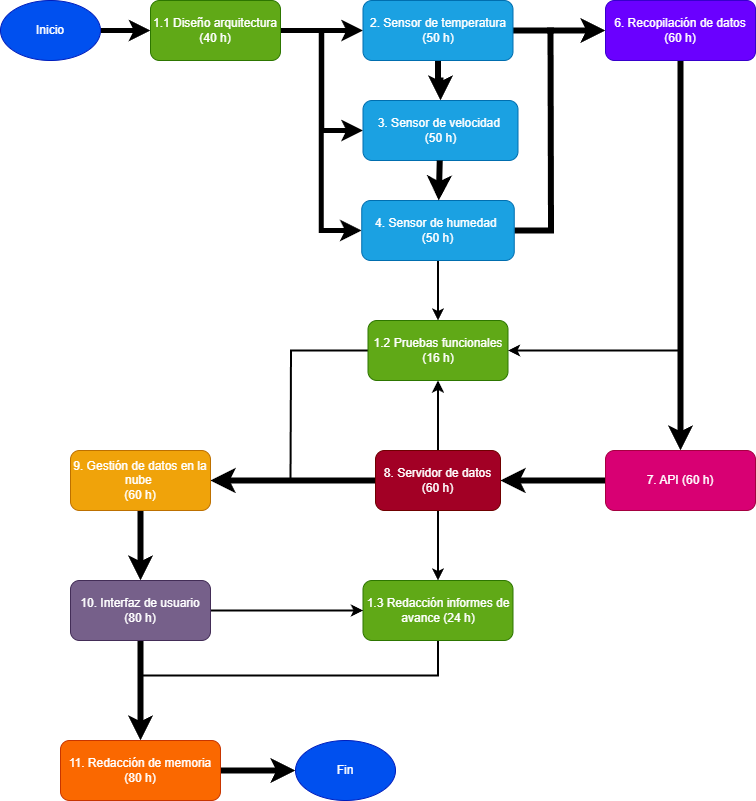
The draw.io diagram Figuras/AoN_project.png in vazquez-agustin/GdP_Vazquez_Workspace, before a commit. Source tidied: cells renumbered, new cells last; positions are measured from the earlier drawing's top-left corner, leaving out a move shared by most shapes. The source it was exported from:
```xml
<mxGraphModel>
  <root>
    <mxCell id="0" />
    <mxCell id="1" parent="0" />
    <mxCell id="2" style="edgeStyle=orthogonalEdgeStyle;rounded=0;jettySize=auto;html=1;exitX=1;exitY=0.5;exitDx=0;exitDy=0;entryX=0;entryY=0.5;entryDx=0;entryDy=0;strokeWidth=5;" parent="1" edge="1" source="3" target="7">
      <mxGeometry relative="1" as="geometry" />
    </mxCell>
    <mxCell id="3" value="Inicio" style="ellipse;whiteSpace=wrap;html=1;fillColor=#0050ef;fontColor=#ffffff;strokeColor=#001DBC;" parent="1" vertex="1">
      <mxGeometry width="100" height="60" as="geometry" />
    </mxCell>
    <mxCell id="4" style="edgeStyle=orthogonalEdgeStyle;rounded=0;jettySize=auto;html=1;exitX=1;exitY=0.5;exitDx=0;exitDy=0;entryX=0;entryY=0.5;entryDx=0;entryDy=0;strokeWidth=5;" parent="1" edge="1" source="7" target="14">
      <mxGeometry relative="1" as="geometry" />
    </mxCell>
    <mxCell id="5" style="edgeStyle=orthogonalEdgeStyle;rounded=0;jettySize=auto;html=1;exitX=1;exitY=0.5;exitDx=0;exitDy=0;entryX=0;entryY=0.5;entryDx=0;entryDy=0;strokeWidth=5;" parent="1" edge="1" source="7" target="15">
      <mxGeometry relative="1" as="geometry" />
    </mxCell>
    <mxCell id="6" style="edgeStyle=orthogonalEdgeStyle;rounded=0;jettySize=auto;html=1;exitX=1;exitY=0.5;exitDx=0;exitDy=0;entryX=0;entryY=0.5;entryDx=0;entryDy=0;strokeWidth=5;" parent="1" edge="1" source="7" target="18">
      <mxGeometry relative="1" as="geometry" />
    </mxCell>
    <mxCell id="7" value="1.1 Diseño arquitectura (40 h)" style="rounded=1;whiteSpace=wrap;html=1;fillColor=#60a917;fontColor=#ffffff;strokeColor=#2D7600;" parent="1" vertex="1">
      <mxGeometry x="150" width="130" height="60" as="geometry" />
    </mxCell>
    <mxCell id="8" style="edgeStyle=orthogonalEdgeStyle;rounded=0;jettySize=auto;html=1;exitX=0;exitY=0.5;exitDx=0;exitDy=0;endArrow=baseDash;endFill=0;strokeWidth=2;" parent="1" edge="1" source="9">
      <mxGeometry relative="1" as="geometry">
        <mxPoint x="290" y="480" as="targetPoint" />
      </mxGeometry>
    </mxCell>
    <mxCell id="9" value="1.2 Pruebas funcionales (16 h)" style="rounded=1;whiteSpace=wrap;html=1;fillColor=#60a917;fontColor=#ffffff;strokeColor=#2D7600;" parent="1" vertex="1">
      <mxGeometry x="367.5" y="320" width="140" height="60" as="geometry" />
    </mxCell>
    <mxCell id="10" style="edgeStyle=orthogonalEdgeStyle;rounded=0;jettySize=auto;html=1;exitX=0.5;exitY=1;exitDx=0;exitDy=0;endArrow=oval;endFill=1;endSize=0;strokeWidth=2;startSize=7;" parent="1" edge="1" source="11">
      <mxGeometry relative="1" as="geometry">
        <mxPoint x="140" y="710" as="targetPoint" />
      </mxGeometry>
    </mxCell>
    <mxCell id="11" value="1.3 Redacción informes de avance (24 h)" style="rounded=1;whiteSpace=wrap;html=1;fillColor=#60a917;fontColor=#ffffff;strokeColor=#2D7600;" parent="1" vertex="1">
      <mxGeometry x="362.5" y="580" width="150" height="60" as="geometry" />
    </mxCell>
    <mxCell id="12" style="edgeStyle=orthogonalEdgeStyle;rounded=0;jettySize=auto;html=1;exitX=0.5;exitY=1;exitDx=0;exitDy=0;entryX=0.5;entryY=0;entryDx=0;entryDy=0;strokeWidth=6;" parent="1" edge="1" source="14" target="15">
      <mxGeometry relative="1" as="geometry" />
    </mxCell>
    <mxCell id="13" style="edgeStyle=orthogonalEdgeStyle;rounded=0;jettySize=auto;html=1;exitX=1;exitY=0.5;exitDx=0;exitDy=0;entryX=0;entryY=0.5;entryDx=0;entryDy=0;strokeWidth=6;" parent="1" edge="1" source="14" target="21">
      <mxGeometry relative="1" as="geometry" />
    </mxCell>
    <mxCell id="14" value="2. Sensor de temperatura (50 h)" style="rounded=1;whiteSpace=wrap;html=1;fillColor=#1ba1e2;fontColor=#ffffff;strokeColor=#006EAF;" parent="1" vertex="1">
      <mxGeometry x="362.5" width="150" height="60" as="geometry" />
    </mxCell>
    <mxCell id="15" value="3. Sensor de velocidad&amp;nbsp;&lt;div&gt;(50 h)&lt;/div&gt;" style="rounded=1;whiteSpace=wrap;html=1;fillColor=#1ba1e2;fontColor=#ffffff;strokeColor=#006EAF;" parent="1" vertex="1">
      <mxGeometry x="362.5" y="100" width="155" height="60" as="geometry" />
    </mxCell>
    <mxCell id="16" style="edgeStyle=orthogonalEdgeStyle;rounded=0;jettySize=auto;html=1;exitX=1;exitY=0.5;exitDx=0;exitDy=0;strokeColor=default;endArrow=baseDash;endFill=0;strokeWidth=6;endSize=0;" parent="1" edge="1" source="18">
      <mxGeometry relative="1" as="geometry">
        <mxPoint x="550" y="30" as="targetPoint" />
      </mxGeometry>
    </mxCell>
    <mxCell id="17" style="edgeStyle=orthogonalEdgeStyle;rounded=0;jettySize=auto;html=1;exitX=0.5;exitY=1;exitDx=0;exitDy=0;entryX=0.5;entryY=0;entryDx=0;entryDy=0;strokeWidth=2;" parent="1" edge="1" source="18" target="9">
      <mxGeometry relative="1" as="geometry" />
    </mxCell>
    <mxCell id="18" value="4. Sensor de humedad&amp;nbsp;&lt;div&gt;(50 h)&lt;/div&gt;" style="rounded=1;whiteSpace=wrap;html=1;fillColor=#1ba1e2;fontColor=#ffffff;strokeColor=#006EAF;" parent="1" vertex="1">
      <mxGeometry x="361.2" y="200" width="152.5" height="60" as="geometry" />
    </mxCell>
    <mxCell id="19" style="edgeStyle=orthogonalEdgeStyle;rounded=0;jettySize=auto;html=1;exitX=0.5;exitY=1;exitDx=0;exitDy=0;entryX=0.5;entryY=0;entryDx=0;entryDy=0;strokeWidth=6;" parent="1" edge="1" source="21" target="23">
      <mxGeometry relative="1" as="geometry" />
    </mxCell>
    <mxCell id="20" style="edgeStyle=orthogonalEdgeStyle;rounded=0;jettySize=auto;html=1;exitX=0.5;exitY=1;exitDx=0;exitDy=0;entryX=1;entryY=0.5;entryDx=0;entryDy=0;strokeWidth=2;" parent="1" edge="1" source="21" target="9">
      <mxGeometry relative="1" as="geometry" />
    </mxCell>
    <mxCell id="21" value="6. Recopilación de datos (60 h)" style="rounded=1;whiteSpace=wrap;html=1;fillColor=#6a00ff;fontColor=#FFFFFF;strokeColor=#3700CC;" parent="1" vertex="1">
      <mxGeometry x="605" width="150" height="60" as="geometry" />
    </mxCell>
    <mxCell id="22" style="edgeStyle=orthogonalEdgeStyle;rounded=0;jettySize=auto;html=1;exitX=0;exitY=0.5;exitDx=0;exitDy=0;entryX=1;entryY=0.5;entryDx=0;entryDy=0;strokeWidth=6;" parent="1" edge="1" source="23" target="27">
      <mxGeometry relative="1" as="geometry" />
    </mxCell>
    <mxCell id="23" value="7. API (60 h)" style="rounded=1;whiteSpace=wrap;html=1;fillColor=#d80073;fontColor=#ffffff;strokeColor=#A50040;" parent="1" vertex="1">
      <mxGeometry x="605" y="450" width="150" height="60" as="geometry" />
    </mxCell>
    <mxCell id="24" style="edgeStyle=orthogonalEdgeStyle;rounded=0;jettySize=auto;html=1;exitX=0.5;exitY=0;exitDx=0;exitDy=0;entryX=0.5;entryY=1;entryDx=0;entryDy=0;strokeWidth=2;" parent="1" edge="1" source="27" target="9">
      <mxGeometry relative="1" as="geometry" />
    </mxCell>
    <mxCell id="25" style="edgeStyle=orthogonalEdgeStyle;rounded=0;jettySize=auto;html=1;exitX=0;exitY=0.5;exitDx=0;exitDy=0;entryX=1;entryY=0.5;entryDx=0;entryDy=0;strokeWidth=6;" parent="1" edge="1" source="27" target="29">
      <mxGeometry relative="1" as="geometry" />
    </mxCell>
    <mxCell id="26" style="edgeStyle=orthogonalEdgeStyle;rounded=0;jettySize=auto;html=1;exitX=0.5;exitY=1;exitDx=0;exitDy=0;entryX=0.5;entryY=0;entryDx=0;entryDy=0;strokeWidth=2;" parent="1" edge="1" source="27" target="11">
      <mxGeometry relative="1" as="geometry" />
    </mxCell>
    <mxCell id="27" value="8. Servidor de datos (60 h)" style="rounded=1;whiteSpace=wrap;html=1;fillColor=#a20025;fontColor=#ffffff;strokeColor=#6F0000;" parent="1" vertex="1">
      <mxGeometry x="375" y="450" width="125" height="60" as="geometry" />
    </mxCell>
    <mxCell id="28" style="edgeStyle=orthogonalEdgeStyle;rounded=0;jettySize=auto;html=1;exitX=0.5;exitY=1;exitDx=0;exitDy=0;entryX=0.5;entryY=0;entryDx=0;entryDy=0;strokeWidth=6;" parent="1" edge="1" source="29" target="32">
      <mxGeometry relative="1" as="geometry" />
    </mxCell>
    <mxCell id="29" value="9. Gestión de datos en la nube&amp;nbsp;&lt;div&gt;(60 h)&lt;/div&gt;" style="rounded=1;whiteSpace=wrap;html=1;fillColor=#f0a30a;strokeColor=#BD7000;fontColor=#FFFFFF;" parent="1" vertex="1">
      <mxGeometry x="70" y="450" width="140" height="60" as="geometry" />
    </mxCell>
    <mxCell id="30" style="edgeStyle=orthogonalEdgeStyle;rounded=0;jettySize=auto;html=1;exitX=1;exitY=0.5;exitDx=0;exitDy=0;entryX=0;entryY=0.5;entryDx=0;entryDy=0;strokeWidth=2;" parent="1" edge="1" source="32" target="11">
      <mxGeometry relative="1" as="geometry" />
    </mxCell>
    <mxCell id="31" style="edgeStyle=orthogonalEdgeStyle;rounded=0;jettySize=auto;html=1;exitX=0.5;exitY=1;exitDx=0;exitDy=0;entryX=0.5;entryY=0;entryDx=0;entryDy=0;strokeWidth=6;" parent="1" edge="1" source="32" target="34">
      <mxGeometry relative="1" as="geometry" />
    </mxCell>
    <mxCell id="32" value="10. Interfaz de usuario (80 h)" style="rounded=1;whiteSpace=wrap;html=1;fillColor=#76608a;fontColor=#ffffff;strokeColor=#432D57;" parent="1" vertex="1">
      <mxGeometry x="70" y="580" width="140" height="60" as="geometry" />
    </mxCell>
    <mxCell id="33" style="edgeStyle=orthogonalEdgeStyle;rounded=0;jettySize=auto;html=1;exitX=1;exitY=0.5;exitDx=0;exitDy=0;entryX=0;entryY=0.5;entryDx=0;entryDy=0;strokeWidth=6;" parent="1" edge="1" source="34" target="35">
      <mxGeometry relative="1" as="geometry" />
    </mxCell>
    <mxCell id="34" value="11. Redacción de memoria (80 h)" style="rounded=1;whiteSpace=wrap;html=1;fillColor=#fa6800;fontColor=#FFFFFF;strokeColor=#C73500;" parent="1" vertex="1">
      <mxGeometry x="60" y="740" width="160" height="60" as="geometry" />
    </mxCell>
    <mxCell id="35" value="Fin" style="ellipse;whiteSpace=wrap;html=1;fillColor=#0050ef;fontColor=#ffffff;strokeColor=#001DBC;" parent="1" vertex="1">
      <mxGeometry x="295" y="740" width="100" height="60" as="geometry" />
    </mxCell>
    <mxCell id="36" style="strokeWidth=6;" parent="1" edge="1" source="15" target="18">
      <mxGeometry relative="1" as="geometry" />
    </mxCell>
  </root>
</mxGraphModel>
```
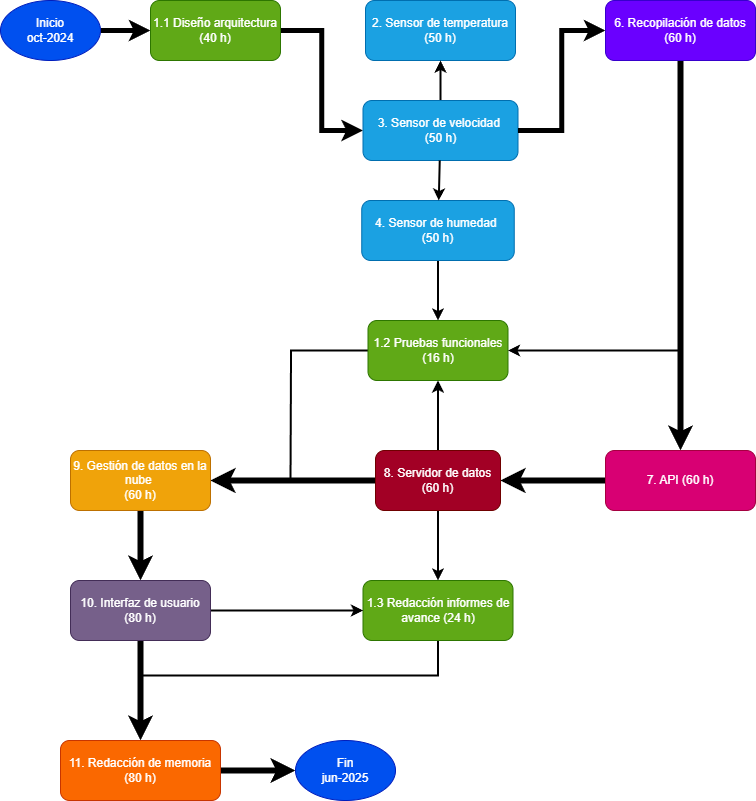
Above is the later version.

Commit message:
Correcciones de versión v4.0. Versión final v5.0

Change to the diagram source:
```diff
@@ -5,18 +5,12 @@
     <mxCell id="2" style="edgeStyle=orthogonalEdgeStyle;rounded=0;jettySize=auto;html=1;exitX=1;exitY=0.5;exitDx=0;exitDy=0;entryX=0;entryY=0.5;entryDx=0;entryDy=0;strokeWidth=5;" parent="1" edge="1" source="3" target="7">
       <mxGeometry relative="1" as="geometry" />
     </mxCell>
-    <mxCell id="3" value="Inicio" style="ellipse;whiteSpace=wrap;html=1;fillColor=#0050ef;fontColor=#ffffff;strokeColor=#001DBC;" parent="1" vertex="1">
+    <mxCell id="3" value="Inicio&lt;div&gt;oct-2024&lt;/div&gt;" style="ellipse;whiteSpace=wrap;html=1;fillColor=#0050ef;fontColor=#ffffff;strokeColor=#001DBC;" parent="1" vertex="1">
       <mxGeometry width="100" height="60" as="geometry" />
     </mxCell>
-    <mxCell id="4" style="edgeStyle=orthogonalEdgeStyle;rounded=0;jettySize=auto;html=1;exitX=1;exitY=0.5;exitDx=0;exitDy=0;entryX=0;entryY=0.5;entryDx=0;entryDy=0;strokeWidth=5;" parent="1" edge="1" source="7" target="14">
-      <mxGeometry relative="1" as="geometry" />
-    </mxCell>
     <mxCell id="5" style="edgeStyle=orthogonalEdgeStyle;rounded=0;jettySize=auto;html=1;exitX=1;exitY=0.5;exitDx=0;exitDy=0;entryX=0;entryY=0.5;entryDx=0;entryDy=0;strokeWidth=5;" parent="1" edge="1" source="7" target="15">
       <mxGeometry relative="1" as="geometry" />
     </mxCell>
-    <mxCell id="6" style="edgeStyle=orthogonalEdgeStyle;rounded=0;jettySize=auto;html=1;exitX=1;exitY=0.5;exitDx=0;exitDy=0;entryX=0;entryY=0.5;entryDx=0;entryDy=0;strokeWidth=5;" parent="1" edge="1" source="7" target="18">
-      <mxGeometry relative="1" as="geometry" />
-    </mxCell>
     <mxCell id="7" value="1.1 Diseño arquitectura (40 h)" style="rounded=1;whiteSpace=wrap;html=1;fillColor=#60a917;fontColor=#ffffff;strokeColor=#2D7600;" parent="1" vertex="1">
       <mxGeometry x="150" width="130" height="60" as="geometry" />
     </mxCell>
@@ -36,26 +30,21 @@
     <mxCell id="11" value="1.3 Redacción informes de avance (24 h)" style="rounded=1;whiteSpace=wrap;html=1;fillColor=#60a917;fontColor=#ffffff;strokeColor=#2D7600;" parent="1" vertex="1">
       <mxGeometry x="362.5" y="580" width="150" height="60" as="geometry" />
     </mxCell>
-    <mxCell id="12" style="edgeStyle=orthogonalEdgeStyle;rounded=0;jettySize=auto;html=1;exitX=0.5;exitY=1;exitDx=0;exitDy=0;entryX=0.5;entryY=0;entryDx=0;entryDy=0;strokeWidth=6;" parent="1" edge="1" source="14" target="15">
-      <mxGeometry relative="1" as="geometry" />
-    </mxCell>
-    <mxCell id="13" style="edgeStyle=orthogonalEdgeStyle;rounded=0;jettySize=auto;html=1;exitX=1;exitY=0.5;exitDx=0;exitDy=0;entryX=0;entryY=0.5;entryDx=0;entryDy=0;strokeWidth=6;" parent="1" edge="1" source="14" target="21">
-      <mxGeometry relative="1" as="geometry" />
-    </mxCell>
     <mxCell id="14" value="2. Sensor de temperatura (50 h)" style="rounded=1;whiteSpace=wrap;html=1;fillColor=#1ba1e2;fontColor=#ffffff;strokeColor=#006EAF;" parent="1" vertex="1">
-      <mxGeometry x="362.5" width="150" height="60" as="geometry" />
+      <mxGeometry x="365" width="150" height="60" as="geometry" />
     </mxCell>
+    <mxCell id="37" style="edgeStyle=orthogonalEdgeStyle;rounded=0;jettySize=auto;html=1;exitX=0.5;exitY=0;exitDx=0;exitDy=0;entryX=0.5;entryY=1;entryDx=0;entryDy=0;strokeWidth=2;" parent="1" edge="1" source="15" target="14">
+      <mxGeometry relative="1" as="geometry" />
+    </mxCell>
     <mxCell id="15" value="3. Sensor de velocidad&amp;nbsp;&lt;div&gt;(50 h)&lt;/div&gt;" style="rounded=1;whiteSpace=wrap;html=1;fillColor=#1ba1e2;fontColor=#ffffff;strokeColor=#006EAF;" parent="1" vertex="1">
       <mxGeometry x="362.5" y="100" width="155" height="60" as="geometry" />
     </mxCell>
-    <mxCell id="16" style="edgeStyle=orthogonalEdgeStyle;rounded=0;jettySize=auto;html=1;exitX=1;exitY=0.5;exitDx=0;exitDy=0;strokeColor=default;endArrow=baseDash;endFill=0;strokeWidth=6;endSize=0;" parent="1" edge="1" source="18">
-      <mxGeometry relative="1" as="geometry">
-        <mxPoint x="550" y="30" as="targetPoint" />
-      </mxGeometry>
-    </mxCell>
     <mxCell id="17" style="edgeStyle=orthogonalEdgeStyle;rounded=0;jettySize=auto;html=1;exitX=0.5;exitY=1;exitDx=0;exitDy=0;entryX=0.5;entryY=0;entryDx=0;entryDy=0;strokeWidth=2;" parent="1" edge="1" source="18" target="9">
       <mxGeometry relative="1" as="geometry" />
     </mxCell>
+    <mxCell id="38" style="edgeStyle=orthogonalEdgeStyle;rounded=0;jettySize=auto;html=1;exitX=1;exitY=0.5;exitDx=0;exitDy=0;entryX=0;entryY=0.5;entryDx=0;entryDy=0;strokeWidth=5;" parent="1" edge="1" source="15" target="21">
+      <mxGeometry relative="1" as="geometry" />
+    </mxCell>
     <mxCell id="18" value="4. Sensor de humedad&amp;nbsp;&lt;div&gt;(50 h)&lt;/div&gt;" style="rounded=1;whiteSpace=wrap;html=1;fillColor=#1ba1e2;fontColor=#ffffff;strokeColor=#006EAF;" parent="1" vertex="1">
       <mxGeometry x="361.2" y="200" width="152.5" height="60" as="geometry" />
     </mxCell>
@@ -107,10 +96,10 @@
     <mxCell id="34" value="11. Redacción de memoria (80 h)" style="rounded=1;whiteSpace=wrap;html=1;fillColor=#fa6800;fontColor=#FFFFFF;strokeColor=#C73500;" parent="1" vertex="1">
       <mxGeometry x="60" y="740" width="160" height="60" as="geometry" />
     </mxCell>
-    <mxCell id="35" value="Fin" style="ellipse;whiteSpace=wrap;html=1;fillColor=#0050ef;fontColor=#ffffff;strokeColor=#001DBC;" parent="1" vertex="1">
+    <mxCell id="35" value="Fin&lt;div&gt;jun-2025&lt;/div&gt;" style="ellipse;whiteSpace=wrap;html=1;fillColor=#0050ef;fontColor=#ffffff;strokeColor=#001DBC;" parent="1" vertex="1">
       <mxGeometry x="295" y="740" width="100" height="60" as="geometry" />
     </mxCell>
-    <mxCell id="36" style="strokeWidth=6;" parent="1" edge="1" source="15" target="18">
+    <mxCell id="36" style="strokeWidth=2;" parent="1" edge="1" source="15" target="18">
       <mxGeometry relative="1" as="geometry" />
     </mxCell>
   </root>
```
